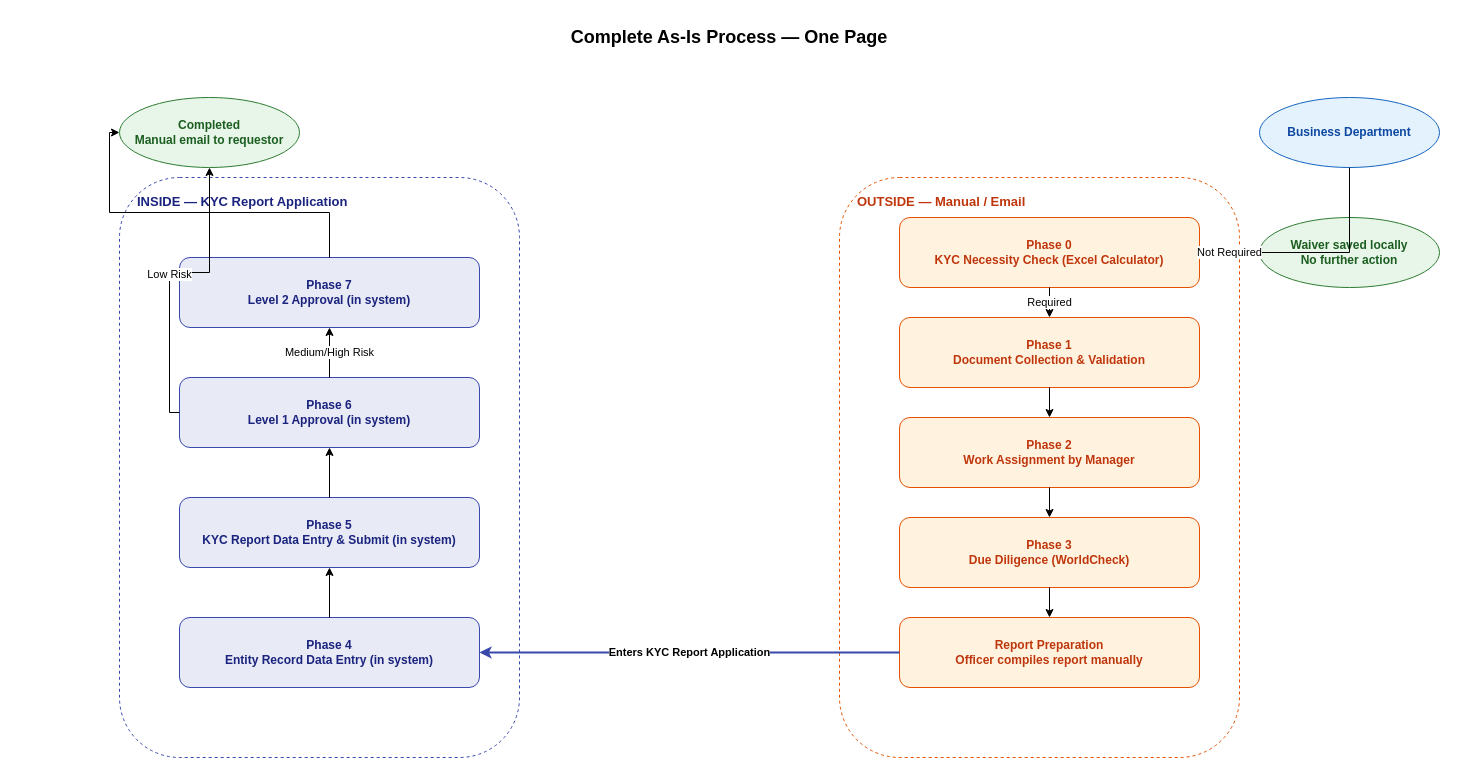
This is page "Complete As-Is Process" (2 of 8) of docs/diagrams/drawio/asis-process.drawio from mazharr-hussain/KycReport, a draw.io file, before an edit. Source tidied: cells renumbered, new cells numbered last; positions are measured from the earlier drawing's top-left corner, leaving out a move shared by most shapes. Both pictures are drawn from the tidied source at 100%, with x=0, y=0 at pixel (119, 17).
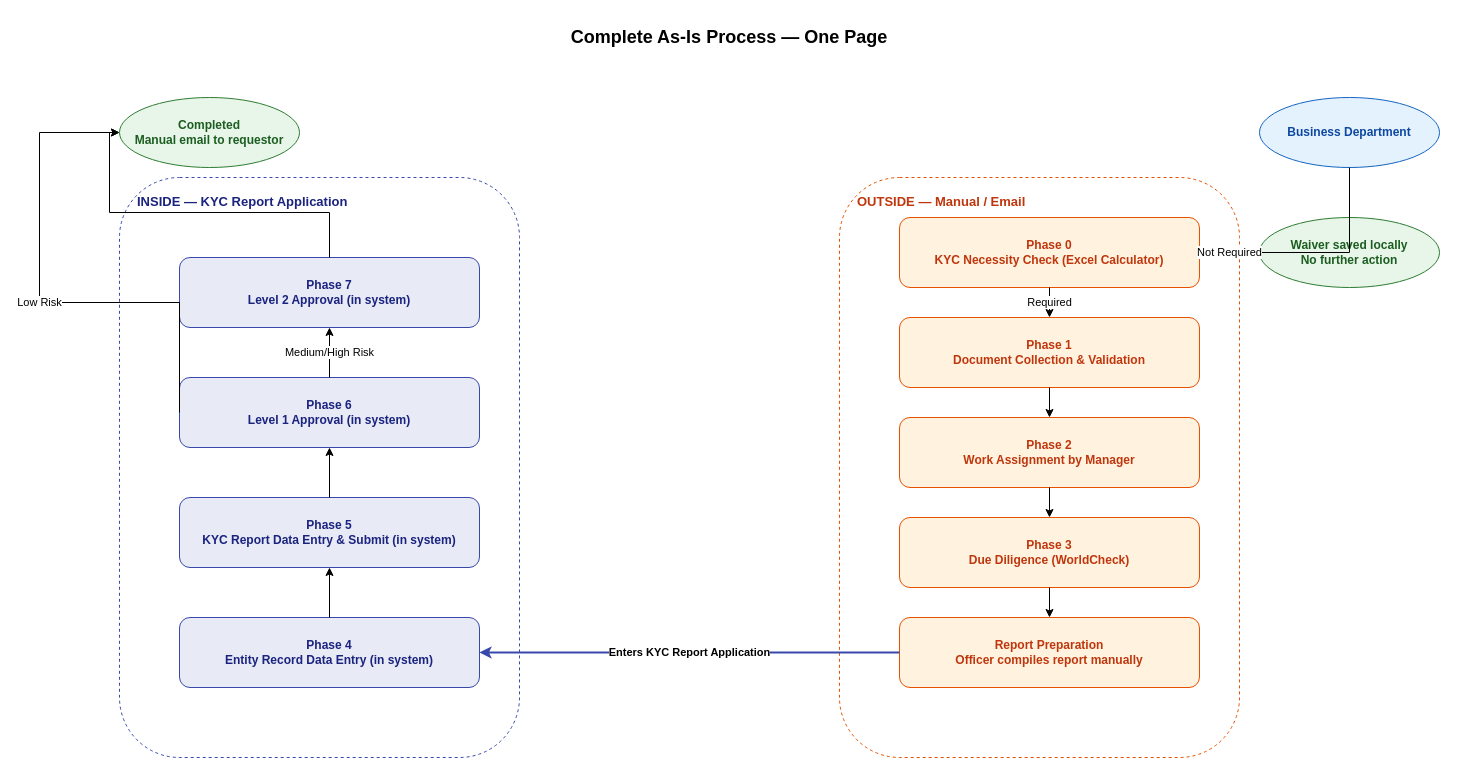
Above is the later version.

Unchanged cells that the change refers to:
```xml
<mxCell id="14" value="Phase 6&#10;Level 1 Approval (in system)" style="rect;whiteSpace=wrap;html=1;fillColor=#E8EAF6;strokeColor=#3949AB;fontColor=#1A237E;fontSize=12;fontStyle=1;rounded=1;" parent="1" vertex="1">
  <mxGeometry x="60" y="360" width="300" height="70" as="geometry" />
</mxCell>
<mxCell id="16" value="Completed&#10;Manual email to requestor" style="ellipse;whiteSpace=wrap;html=1;fillColor=#E8F5E9;strokeColor=#2E7D32;fontColor=#1B5E20;fontSize=12;fontStyle=1;rounded=1;" parent="1" vertex="1">
  <mxGeometry y="80" width="180" height="70" as="geometry" />
</mxCell>
```

Diff of the diagram source:
```diff
@@
-    <mxCell id="26" value="Low Risk" style="edgeStyle=orthogonalEdgeStyle;rounded=0;html=1;fontSize=11;exitX=0;exitY=0.5;entryX=0.5;entryY=1;" parent="1" edge="1" source="14" target="16">
-      <mxGeometry relative="1" as="geometry" />
+    <mxCell id="26" value="Low Risk" style="edgeStyle=orthogonalEdgeStyle;rounded=0;html=1;fontSize=11;exitX=0;exitY=0.5;entryX=0;entryY=0.5;" parent="1" edge="1" source="14" target="16">
+      <mxGeometry relative="1" as="geometry">
+        <Array as="points">
+          <mxPoint x="-80" y="285" />
+          <mxPoint x="-80" y="115" />
+        </Array>
+      </mxGeometry>
     </mxCell>
```
